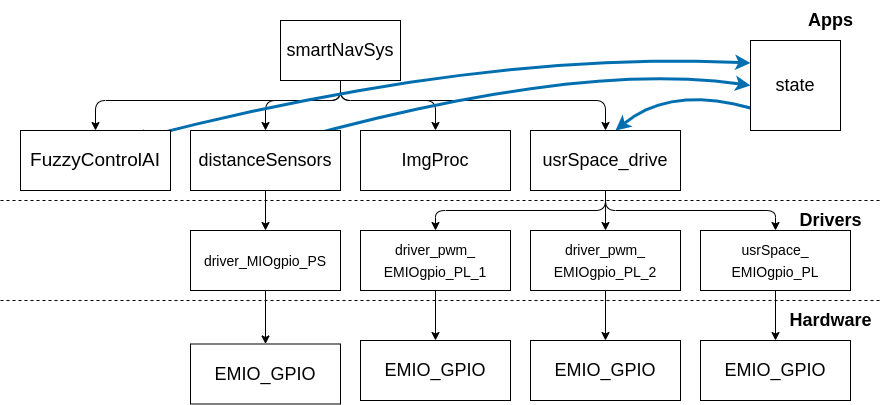
Earlier version of the draw.io export doc/architecture.png (kuhiu/smartnav-platform). Source tidied: cells renumbered, new cells last; positions are measured from the earlier drawing's top-left corner, leaving out a move shared by most shapes.
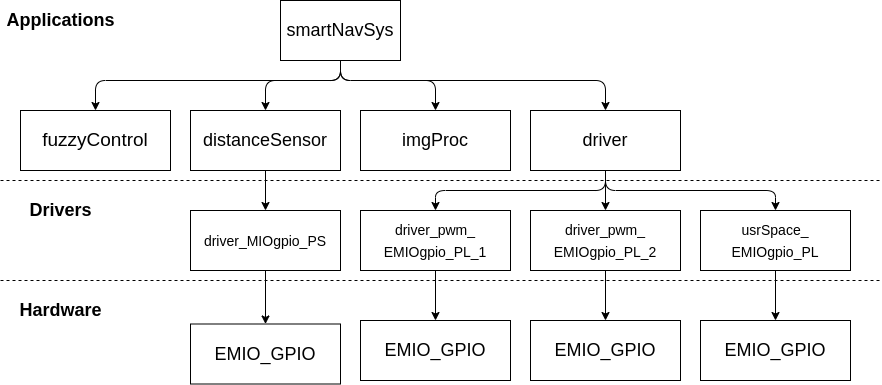
Later version of the same file.

What changed in the source:
```diff
@@ -37,22 +37,6 @@
         </Array>
       </mxGeometry>
     </mxCell>
-    <mxCell id="6" style="edgeStyle=none;curved=1;html=1;exitX=0.75;exitY=0;exitDx=0;exitDy=0;entryX=0;entryY=0.25;entryDx=0;entryDy=0;startArrow=classic;startFill=1;elbow=vertical;fillColor=#1ba1e2;strokeColor=#006EAF;strokeWidth=3;" parent="1" edge="1" target="35">
-      <mxGeometry relative="1" as="geometry">
-        <mxPoint x="130" y="140" as="sourcePoint" />
-        <Array as="points">
-          <mxPoint x="480" y="50" />
-        </Array>
-      </mxGeometry>
-    </mxCell>
-    <mxCell id="7" style="html=1;entryX=0;entryY=0.5;entryDx=0;entryDy=0;startArrow=none;startFill=0;elbow=vertical;exitX=0.75;exitY=0;exitDx=0;exitDy=0;curved=1;fillColor=#1ba1e2;strokeColor=#006EAF;strokeWidth=3;" parent="1" edge="1" target="35">
-      <mxGeometry relative="1" as="geometry">
-        <mxPoint x="290" y="140" as="sourcePoint" />
-        <Array as="points">
-          <mxPoint x="580" y="60" />
-        </Array>
-      </mxGeometry>
-    </mxCell>
     <mxCell id="8" style="edgeStyle=none;curved=1;html=1;fontSize=11;startArrow=none;startFill=0;strokeWidth=1;elbow=vertical;exitX=0.5;exitY=1;exitDx=0;exitDy=0;" parent="1" edge="1" source="21" target="25">
       <mxGeometry relative="1" as="geometry" />
     </mxCell>
@@ -64,14 +48,6 @@
         </Array>
       </mxGeometry>
     </mxCell>
-    <mxCell id="10" style="html=1;exitX=0.75;exitY=0;exitDx=0;exitDy=0;entryX=0;entryY=0.75;entryDx=0;entryDy=0;fontSize=18;startArrow=classic;startFill=1;strokeWidth=3;curved=1;fillColor=#1ba1e2;strokeColor=#006EAF;endArrow=none;endFill=0;" parent="1" edge="1" target="35">
-      <mxGeometry relative="1" as="geometry">
-        <mxPoint x="615" y="130" as="sourcePoint" />
-        <Array as="points">
-          <mxPoint x="670" y="85" />
-        </Array>
-      </mxGeometry>
-    </mxCell>
     <mxCell id="11" style="endArrow=none;dashed=1;html=1;rounded=1;" parent="1" edge="1">
       <mxGeometry relative="1" as="geometry">
         <mxPoint y="300" as="sourcePoint" />
@@ -79,13 +55,10 @@
       </mxGeometry>
     </mxCell>
     <mxCell id="12" value="&lt;font style=&quot;font-size: 18px;&quot;&gt;Drivers&lt;/font&gt;" style="text;strokeColor=none;fillColor=none;html=1;fontSize=18;fontStyle=1;verticalAlign=middle;align=center;" parent="1" vertex="1">
-      <mxGeometry x="780" y="200" width="100" height="40" as="geometry" />
+      <mxGeometry x="10" y="210" width="100" height="40" as="geometry" />
     </mxCell>
-    <mxCell id="13" value="Apps" style="text;strokeColor=none;fillColor=none;html=1;fontSize=18;fontStyle=1;verticalAlign=middle;align=center;" parent="1" vertex="1">
-      <mxGeometry x="780" width="100" height="40" as="geometry" />
-    </mxCell>
     <mxCell id="14" value="Hardware" style="text;strokeColor=none;fillColor=none;html=1;fontSize=18;fontStyle=1;verticalAlign=middle;align=center;" parent="1" vertex="1">
-      <mxGeometry x="780" y="300" width="100" height="40" as="geometry" />
+      <mxGeometry x="10" y="310" width="100" height="40" as="geometry" />
     </mxCell>
     <mxCell id="15" style="endArrow=none;dashed=1;html=1;rounded=1;" parent="1" edge="1">
       <mxGeometry relative="1" as="geometry">
@@ -96,19 +69,19 @@
     <mxCell id="16" value="&lt;span&gt;&lt;font style=&quot;font-size: 18px&quot;&gt;smartNavSys&lt;/font&gt;&lt;/span&gt;" style="rounded=0;whiteSpace=wrap;html=1;fontSize=14;" parent="1" vertex="1">
       <mxGeometry x="280" y="20" width="120" height="60" as="geometry" />
     </mxCell>
-    <mxCell id="17" value="&lt;span style=&quot;font-size: 19px&quot;&gt;FuzzyControlAI&lt;/span&gt;" style="rounded=0;whiteSpace=wrap;html=1;fontSize=18;" parent="1" vertex="1">
+    <mxCell id="17" value="&lt;span style=&quot;font-size: 19px&quot;&gt;fuzzyControl&lt;/span&gt;" style="rounded=0;whiteSpace=wrap;html=1;fontSize=18;" parent="1" vertex="1">
       <mxGeometry x="20" y="130" width="150" height="60" as="geometry" />
     </mxCell>
     <mxCell id="18" style="edgeStyle=none;curved=1;html=1;fontSize=14;startArrow=none;startFill=0;endArrow=classic;endFill=1;strokeWidth=1;" parent="1" edge="1" source="19" target="23">
       <mxGeometry relative="1" as="geometry" />
     </mxCell>
-    <mxCell id="19" value="&lt;span&gt;distanceSensors&lt;/span&gt;" style="rounded=0;whiteSpace=wrap;html=1;fontSize=18;" parent="1" vertex="1">
+    <mxCell id="19" value="&lt;span&gt;distanceSensor&lt;/span&gt;" style="rounded=0;whiteSpace=wrap;html=1;fontSize=18;" parent="1" vertex="1">
       <mxGeometry x="190" y="130" width="150" height="60" as="geometry" />
     </mxCell>
-    <mxCell id="20" value="&lt;span&gt;ImgProc&lt;/span&gt;" style="rounded=0;whiteSpace=wrap;html=1;fontSize=18;" parent="1" vertex="1">
+    <mxCell id="20" value="&lt;span&gt;imgProc&lt;/span&gt;" style="rounded=0;whiteSpace=wrap;html=1;fontSize=18;" parent="1" vertex="1">
       <mxGeometry x="360" y="130" width="150" height="60" as="geometry" />
     </mxCell>
-    <mxCell id="21" value="&lt;span&gt;usrSpace_drive&lt;/span&gt;" style="rounded=0;whiteSpace=wrap;html=1;fontSize=18;" parent="1" vertex="1">
+    <mxCell id="21" value="&lt;span&gt;driver&lt;/span&gt;" style="rounded=0;whiteSpace=wrap;html=1;fontSize=18;" parent="1" vertex="1">
       <mxGeometry x="530" y="130" width="150" height="60" as="geometry" />
     </mxCell>
     <mxCell id="22" style="edgeStyle=none;curved=1;html=1;fontSize=18;startArrow=none;startFill=0;endArrow=classic;endFill=1;strokeWidth=1;" parent="1" edge="1" source="23" target="34">
@@ -154,8 +127,8 @@
     <mxCell id="34" value="&lt;font style=&quot;font-size: 18px&quot;&gt;EMIO_GPIO&lt;/font&gt;" style="rounded=0;whiteSpace=wrap;html=1;fontSize=18;" parent="1" vertex="1">
       <mxGeometry x="190" y="343.5" width="150" height="60" as="geometry" />
     </mxCell>
-    <mxCell id="35" value="&lt;span style=&quot;font-size: 18px;&quot;&gt;state&lt;/span&gt;" style="whiteSpace=wrap;html=1;fontSize=18;" parent="1" vertex="1">
-      <mxGeometry x="750" y="40" width="90" height="90" as="geometry" />
-    </mxCell>
+    <mxCell id="36" value="&lt;font style=&quot;font-size: 18px&quot;&gt;Applications&lt;/font&gt;" style="text;strokeColor=none;fillColor=none;html=1;fontSize=18;fontStyle=1;verticalAlign=middle;align=center;" parent="1" vertex="1">
+      <mxGeometry x="10" y="20" width="100" height="40" as="geometry" />
+    </mxCell>
   </root>
 </mxGraphModel>
```
